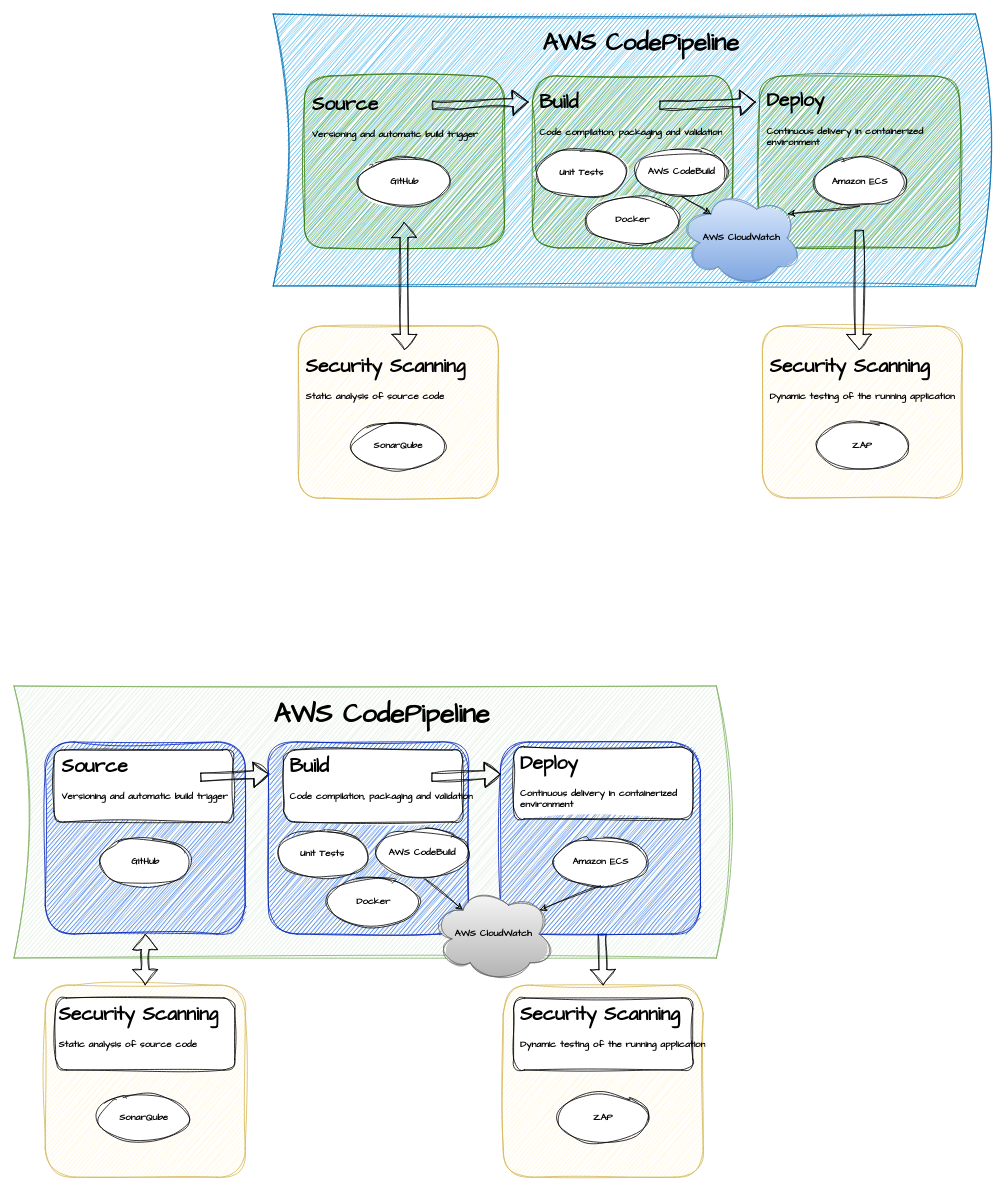
Above: page "Page-1" (1 of 2) of Pipeline.drawio in sergio-oliveira-br/mini-erp (draw.io), before the change. Source tidied: cells renumbered, new cells numbered last; positions are measured from the earlier drawing's top-left corner, leaving out a move shared by most shapes. Both pictures are drawn from the tidied source at 80%, with x=0, y=0 at pixel (14, 14).
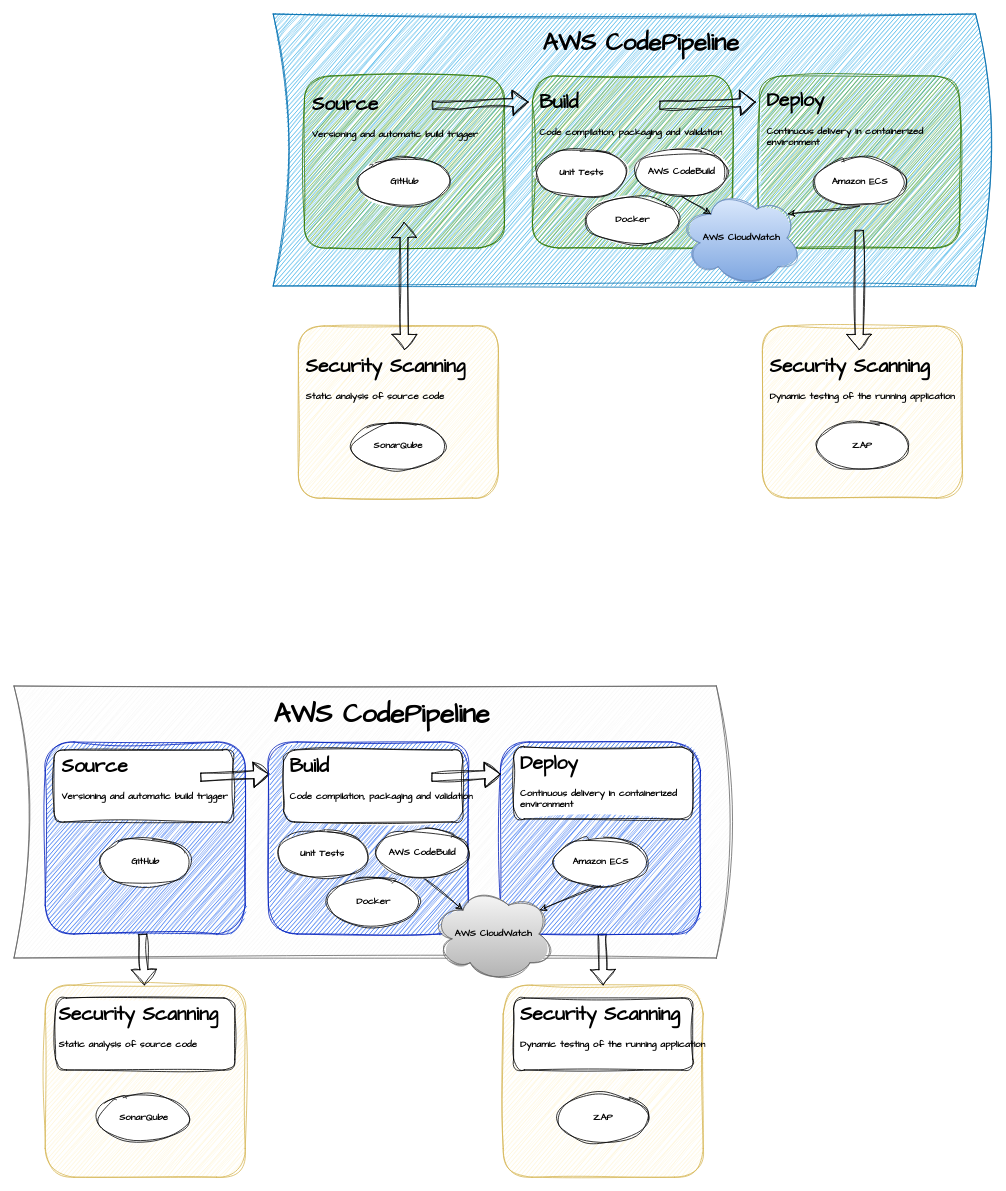
After the change.

The change refers to these unchanged cells:
```xml
<mxCell id="2" style="rounded=1;whiteSpace=wrap;html=1;sketch=1;curveFitting=1;jiggle=2;fillColor=#fff2cc;strokeColor=#d6b656;fontFamily=Comic Sans MS;fontStyle=1;" parent="1" vertex="1">
  <mxGeometry x="39" y="1214" width="250" height="240" as="geometry" />
</mxCell>
```

Diff of the diagram source:
```diff
@@
-    <mxCell id="30" style="shape=dataStorage;whiteSpace=wrap;html=1;fixedSize=1;rotation=-180;sketch=1;curveFitting=1;jiggle=2;fillColor=#d5e8d4;strokeColor=#82b366;fontFamily=Comic Sans MS;fontStyle=1;" parent="1" vertex="1">
+    <mxCell id="30" style="shape=dataStorage;whiteSpace=wrap;html=1;fixedSize=1;rotation=-180;sketch=1;curveFitting=1;jiggle=2;fontFamily=Comic Sans MS;fontStyle=1;fillColor=#f5f5f5;fontColor=#333333;strokeColor=#666666;" parent="1" vertex="1">
       <mxGeometry y="840" width="898" height="340" as="geometry" />
     </mxCell>
@@
-    <mxCell id="34" style="shape=flexArrow;endArrow=classic;startArrow=classic;html=1;rounded=0;sketch=1;curveFitting=1;jiggle=2;exitX=0.5;exitY=0;exitDx=0;exitDy=0;fontFamily=Comic Sans MS;fontStyle=1;" parent="1" edge="1" source="2">
-      <mxGeometry relative="1" as="geometry">
-        <mxPoint x="164" y="1150" as="targetPoint" />
-      </mxGeometry>
-    </mxCell>
@@
+    <mxCell id="59" style="shape=flexArrow;endArrow=classic;html=1;rounded=0;sketch=1;curveFitting=1;jiggle=2;fontFamily=Comic Sans MS;entryX=0.5;entryY=0;entryDx=0;entryDy=0;fontStyle=1;" parent="1" edge="1">
+      <mxGeometry relative="1" as="geometry">
+        <mxPoint x="161" y="1150" as="sourcePoint" />
+        <mxPoint x="163" y="1214" as="targetPoint" />
+      </mxGeometry>
+    </mxCell>
```
